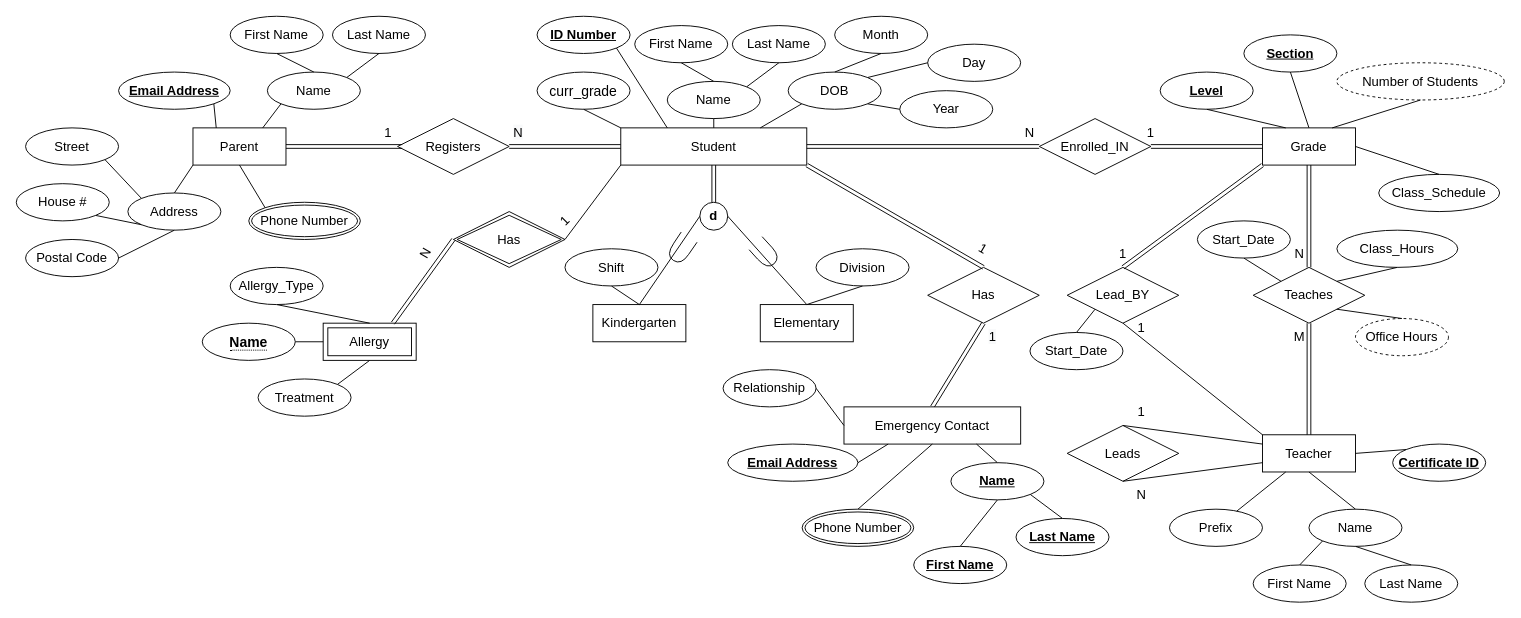
Before: EERD-Assignment-1.drawio in HAZberi/ensf-608-assignment1-eerd, a draw.io diagram. Source tidied: cells renumbered, new cells numbered last; positions are measured from the earlier drawing's top-left corner, leaving out a move shared by most shapes. Both pictures are drawn from the tidied source at 93%, with x=0, y=0 at pixel (16, 16).
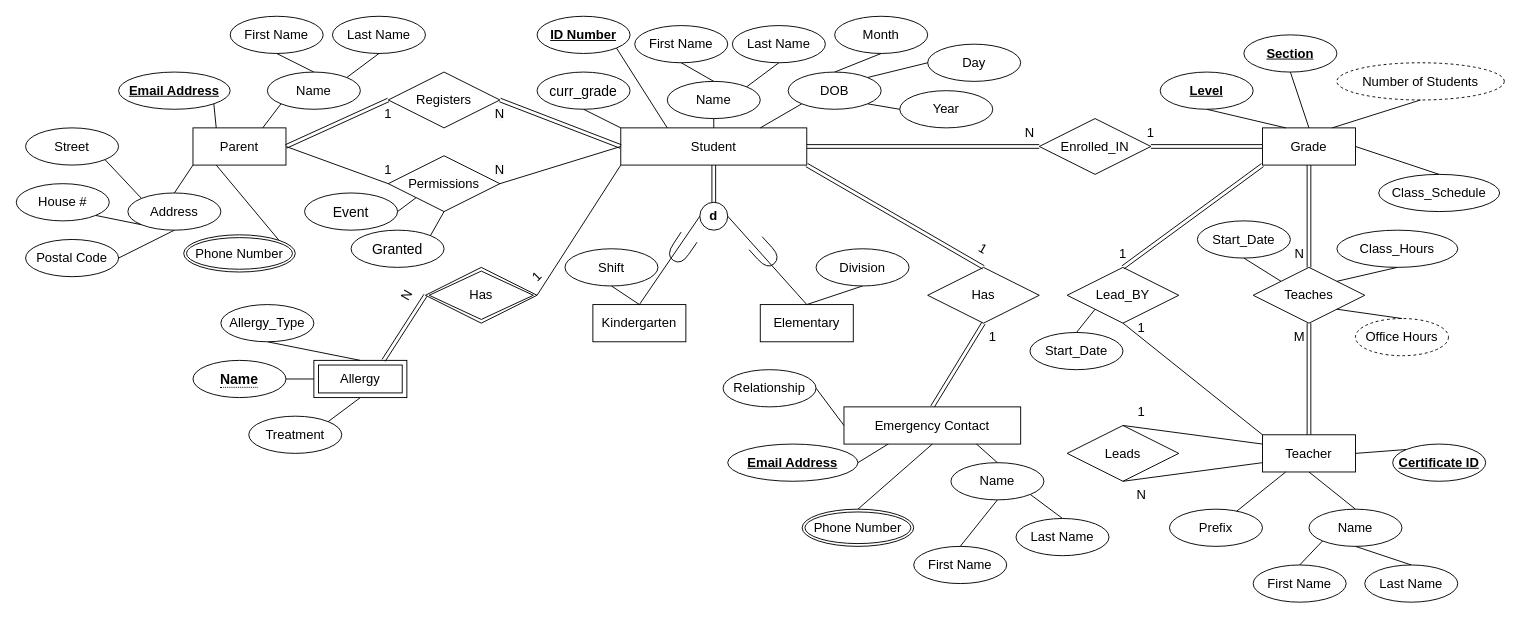
The same page after the edit.

The change refers to these unchanged cells:
```xml
<mxCell id="2" value="&lt;font style=&quot;font-size: 14px;&quot;&gt;Student&lt;/font&gt;" style="whiteSpace=wrap;html=1;align=center;" parent="1" vertex="1">
  <mxGeometry x="650" y="120" width="200" height="40" as="geometry" />
</mxCell>
<mxCell id="31" value="Parent" style="whiteSpace=wrap;html=1;align=center;fontSize=14;" parent="1" vertex="1">
  <mxGeometry x="190" y="120" width="100" height="40" as="geometry" />
</mxCell>
```

Change to the diagram source:
```diff
@@
     <mxCell id="29" value="&lt;span style=&quot;color: rgb(0, 0, 0); font-family: Helvetica; font-size: 14px; font-style: normal; font-variant-ligatures: normal; font-variant-caps: normal; font-weight: 400; letter-spacing: normal; orphans: 2; text-align: center; text-indent: 0px; text-transform: none; widows: 2; word-spacing: 0px; -webkit-text-stroke-width: 0px; background-color: rgb(248, 249, 250); text-decoration-thickness: initial; text-decoration-style: initial; text-decoration-color: initial; float: none; display: inline !important;&quot;&gt;N&lt;/span&gt;" style="text;html=1;strokeColor=none;fillColor=none;align=center;verticalAlign=middle;whiteSpace=wrap;rounded=0;fontSize=14;" parent="1" vertex="1">
-      <mxGeometry x="510" y="110" width="60" height="30" as="geometry" />
+      <mxGeometry x="490" y="90" width="60" height="30" as="geometry" />
     </mxCell>
     <mxCell id="30" value="Registers" style="shape=rhombus;perimeter=rhombusPerimeter;whiteSpace=wrap;html=1;align=center;fontSize=14;" parent="1" vertex="1">
-      <mxGeometry x="410" y="110" width="120" height="60" as="geometry" />
+      <mxGeometry x="400" y="60" width="120" height="60" as="geometry" />
     </mxCell>
@@
     <mxCell id="32" value="1" style="text;html=1;strokeColor=none;fillColor=none;align=center;verticalAlign=middle;whiteSpace=wrap;rounded=0;fontSize=14;" parent="1" vertex="1">
-      <mxGeometry x="370" y="110" width="60" height="30" as="geometry" />
+      <mxGeometry x="370" y="90" width="60" height="30" as="geometry" />
     </mxCell>
@@
     <mxCell id="49" value="Phone Number" style="ellipse;shape=doubleEllipse;margin=3;whiteSpace=wrap;html=1;align=center;fontSize=14;" parent="1" vertex="1">
-      <mxGeometry x="250" y="200" width="120" height="40" as="geometry" />
+      <mxGeometry x="180" y="235" width="120" height="40" as="geometry" />
     </mxCell>
-    <mxCell id="50" style="endArrow=none;html=1;rounded=0;fontSize=14;exitX=0.5;exitY=1;exitDx=0;exitDy=0;entryX=0;entryY=0;entryDx=0;entryDy=0;" parent="1" edge="1" source="31" target="49">
+    <mxCell id="50" style="endArrow=none;html=1;rounded=0;fontSize=14;exitX=0.25;exitY=1;exitDx=0;exitDy=0;entryX=1;entryY=0;entryDx=0;entryDy=0;" parent="1" edge="1" source="31" target="49">
       <mxGeometry relative="1" as="geometry" />
     </mxCell>
     <mxCell id="51" value="Has" style="shape=rhombus;double=1;perimeter=rhombusPerimeter;whiteSpace=wrap;html=1;align=center;fontSize=14;" parent="1" vertex="1">
-      <mxGeometry x="470" y="210" width="120" height="60" as="geometry" />
+      <mxGeometry x="440" y="270" width="120" height="60" as="geometry" />
     </mxCell>
@@
     <mxCell id="53" value="1" style="text;html=1;strokeColor=none;fillColor=none;align=center;verticalAlign=middle;whiteSpace=wrap;rounded=0;fontSize=14;rotation=-45;" parent="1" vertex="1">
-      <mxGeometry x="560" y="205" width="60" height="30" as="geometry" />
+      <mxGeometry x="530" y="265" width="60" height="30" as="geometry" />
     </mxCell>
     <mxCell id="54" value="Allergy" style="shape=ext;margin=3;double=1;whiteSpace=wrap;html=1;align=center;fontSize=14;" parent="1" vertex="1">
-      <mxGeometry x="330" y="330" width="100" height="40" as="geometry" />
+      <mxGeometry x="320" y="370" width="100" height="40" as="geometry" />
     </mxCell>
     <mxCell id="55" value="N" style="text;html=1;strokeColor=none;fillColor=none;align=center;verticalAlign=middle;whiteSpace=wrap;rounded=0;fontSize=14;rotation=-60;" parent="1" vertex="1">
-      <mxGeometry x="410" y="240" width="60" height="30" as="geometry" />
+      <mxGeometry x="390" y="285" width="60" height="30" as="geometry" />
     </mxCell>
     <mxCell id="56" value="Treatment" style="ellipse;whiteSpace=wrap;html=1;align=center;fontSize=14;" parent="1" vertex="1">
-      <mxGeometry x="260" y="390" width="100" height="40" as="geometry" />
+      <mxGeometry x="250" y="430" width="100" height="40" as="geometry" />
     </mxCell>
@@
     <mxCell id="60" value="&lt;span style=&quot;border-bottom: 1px dotted&quot;&gt;&lt;b&gt;&lt;font style=&quot;font-size: 15px;&quot;&gt;Name&lt;/font&gt;&lt;/b&gt;&lt;/span&gt;" style="ellipse;whiteSpace=wrap;html=1;align=center;fontSize=14;" parent="1" vertex="1">
-      <mxGeometry x="200" y="330" width="100" height="40" as="geometry" />
+      <mxGeometry x="190" y="370" width="100" height="40" as="geometry" />
     </mxCell>
@@
-    <mxCell id="68" value="&lt;u&gt;&lt;b&gt;Name&lt;/b&gt;&lt;/u&gt;" style="ellipse;whiteSpace=wrap;html=1;align=center;fontSize=14;" parent="1" vertex="1">
+    <mxCell id="68" value="Name" style="ellipse;whiteSpace=wrap;html=1;align=center;fontSize=14;" parent="1" vertex="1">
       <mxGeometry x="1005" y="480" width="100" height="40" as="geometry" />
     </mxCell>
-    <mxCell id="69" value="&lt;u&gt;&lt;b&gt;Last Name&lt;/b&gt;&lt;/u&gt;" style="ellipse;whiteSpace=wrap;html=1;align=center;fontSize=14;" parent="1" vertex="1">
+    <mxCell id="69" value="Last Name" style="ellipse;whiteSpace=wrap;html=1;align=center;fontSize=14;" parent="1" vertex="1">
       <mxGeometry x="1075" y="540" width="100" height="40" as="geometry" />
     </mxCell>
-    <mxCell id="70" value="&lt;u&gt;&lt;b&gt;First Name&lt;/b&gt;&lt;/u&gt;" style="ellipse;whiteSpace=wrap;html=1;align=center;fontSize=14;" parent="1" vertex="1">
+    <mxCell id="70" value="First Name" style="ellipse;whiteSpace=wrap;html=1;align=center;fontSize=14;" parent="1" vertex="1">
       <mxGeometry x="965" y="570" width="100" height="40" as="geometry" />
     </mxCell>
@@
-    <mxCell id="135" style="shape=link;html=1;rounded=0;fontSize=14;endArrow=none;endFill=0;entryX=0.75;entryY=1;entryDx=0;entryDy=0;exitX=1;exitY=0.5;exitDx=0;exitDy=0;" parent="1" edge="1" source="31" target="32">
+    <mxCell id="135" style="shape=link;html=1;rounded=0;fontSize=14;endArrow=none;endFill=0;entryX=0;entryY=0.5;entryDx=0;entryDy=0;exitX=1;exitY=0.5;exitDx=0;exitDy=0;" parent="1" edge="1" source="31" target="30">
       <mxGeometry relative="1" as="geometry" />
     </mxCell>
@@
     <mxCell id="137" value="Allergy_Type" style="ellipse;whiteSpace=wrap;html=1;align=center;strokeWidth=1;fontSize=14;" parent="1" vertex="1">
-      <mxGeometry x="230" y="270" width="100" height="40" as="geometry" />
+      <mxGeometry x="220" y="310" width="100" height="40" as="geometry" />
     </mxCell>
@@
+    <mxCell id="141" value="Permissions" style="shape=rhombus;perimeter=rhombusPerimeter;whiteSpace=wrap;html=1;align=center;fontSize=14;" parent="1" vertex="1">
+      <mxGeometry x="400" y="150" width="120" height="60" as="geometry" />
+    </mxCell>
+    <mxCell id="142" value="Granted" style="ellipse;whiteSpace=wrap;html=1;align=center;strokeWidth=1;fontSize=15;" parent="1" vertex="1">
+      <mxGeometry x="360" y="230" width="100" height="40" as="geometry" />
+    </mxCell>
+    <mxCell id="143" value="Event" style="ellipse;whiteSpace=wrap;html=1;align=center;strokeWidth=1;fontSize=15;" parent="1" vertex="1">
+      <mxGeometry x="310" y="190" width="100" height="40" as="geometry" />
+    </mxCell>
+    <mxCell id="144" style="endArrow=none;html=1;rounded=0;fontSize=15;entryX=0;entryY=1;entryDx=0;entryDy=0;exitX=1;exitY=0.5;exitDx=0;exitDy=0;" parent="1" edge="1" source="143" target="141">
+      <mxGeometry relative="1" as="geometry" />
+    </mxCell>
+    <mxCell id="145" style="endArrow=none;html=1;rounded=0;fontSize=15;entryX=0.5;entryY=1;entryDx=0;entryDy=0;exitX=1;exitY=0;exitDx=0;exitDy=0;" parent="1" edge="1" source="142" target="141">
+      <mxGeometry relative="1" as="geometry" />
+    </mxCell>
+    <mxCell id="146" value="1" style="text;html=1;strokeColor=none;fillColor=none;align=center;verticalAlign=middle;whiteSpace=wrap;rounded=0;fontSize=14;" parent="1" vertex="1">
+      <mxGeometry x="370" y="150" width="60" height="30" as="geometry" />
+    </mxCell>
+    <mxCell id="147" value="&lt;span style=&quot;color: rgb(0, 0, 0); font-family: Helvetica; font-size: 14px; font-style: normal; font-variant-ligatures: normal; font-variant-caps: normal; font-weight: 400; letter-spacing: normal; orphans: 2; text-align: center; text-indent: 0px; text-transform: none; widows: 2; word-spacing: 0px; -webkit-text-stroke-width: 0px; background-color: rgb(248, 249, 250); text-decoration-thickness: initial; text-decoration-style: initial; text-decoration-color: initial; float: none; display: inline !important;&quot;&gt;N&lt;/span&gt;" style="text;html=1;strokeColor=none;fillColor=none;align=center;verticalAlign=middle;whiteSpace=wrap;rounded=0;fontSize=14;" parent="1" vertex="1">
+      <mxGeometry x="490" y="150" width="60" height="30" as="geometry" />
+    </mxCell>
+    <mxCell id="148" style="endArrow=none;html=1;rounded=0;fontSize=15;entryX=1;entryY=0.5;entryDx=0;entryDy=0;exitX=0.5;exitY=1;exitDx=0;exitDy=0;" parent="1" edge="1" source="146" target="31">
+      <mxGeometry relative="1" as="geometry" />
+    </mxCell>
+    <mxCell id="149" style="endArrow=none;html=1;rounded=0;fontSize=15;entryX=0;entryY=0.5;entryDx=0;entryDy=0;exitX=0.5;exitY=1;exitDx=0;exitDy=0;" parent="1" edge="1" source="147" target="2">
+      <mxGeometry relative="1" as="geometry" />
+    </mxCell>
```
